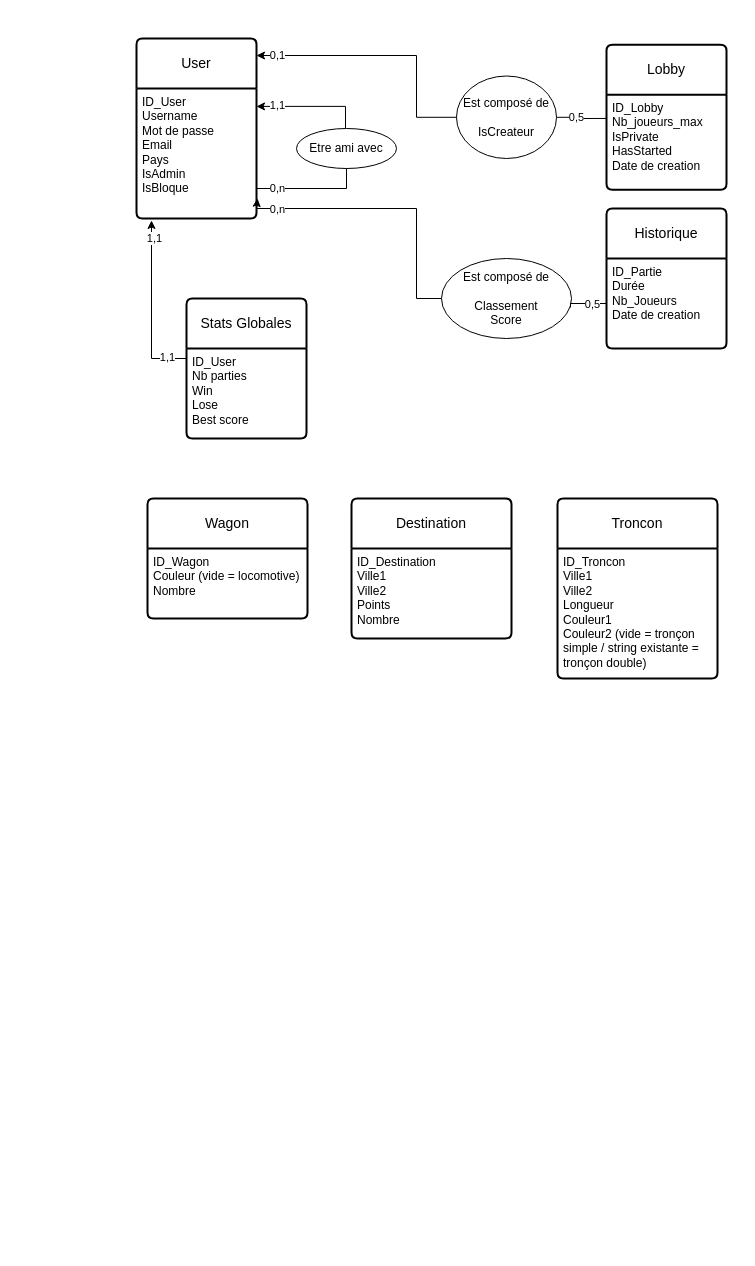
This is MCD.drawio from Marty059/CDAW, a draw.io file, before an edit. Source tidied: cells renumbered, new cells numbered last; positions are measured from the earlier drawing's top-left corner, leaving out a move shared by most shapes. Both pictures are drawn from the tidied source at 100%, with x=0, y=0 at pixel (136, 38).
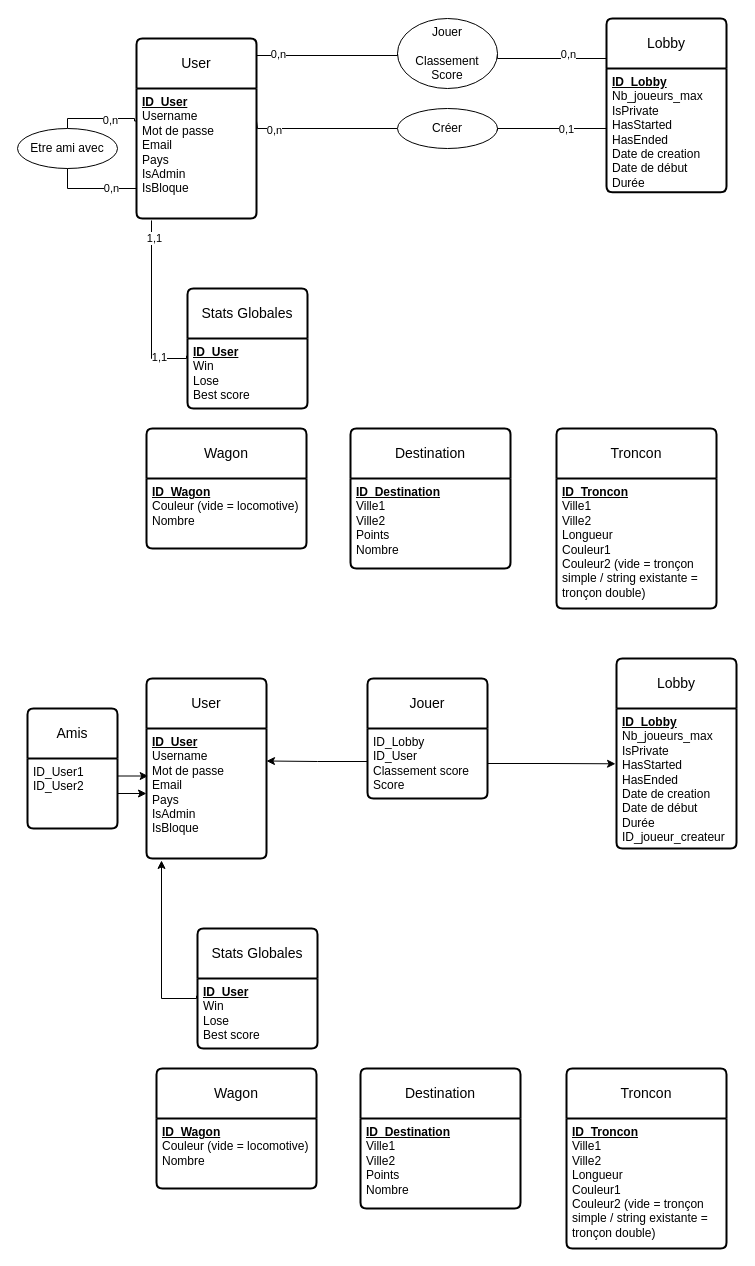
The same diagram, later.

Commit message:
Mettre à jour MCD.drawio

Unchanged cells that the change refers to:
```xml
<mxCell id="2" value="User" style="swimlane;horizontal=1;startSize=50;rounded=1;fontSize=14;fontStyle=0;strokeWidth=2;shadow=0;dashed=0;align=center;arcSize=4;whiteSpace=wrap;html=1;" parent="1" vertex="1">
  <mxGeometry width="120" height="180" as="geometry" />
</mxCell>
```

Diff of the diagram source:
```diff
@@
-    <mxCell id="3" value="ID_User&lt;br&gt;Username&lt;br&gt;Mot de passe&lt;br&gt;Email&lt;br&gt;Pays&lt;br&gt;IsAdmin&lt;br&gt;IsBloque" style="align=left;strokeColor=none;fillColor=none;spacingLeft=4;fontSize=12;verticalAlign=top;html=1;" parent="2" vertex="1">
+    <mxCell id="3" value="&lt;b&gt;&lt;u&gt;ID_User&lt;/u&gt;&lt;/b&gt;&lt;br&gt;Username&lt;br&gt;Mot de passe&lt;br&gt;Email&lt;br&gt;Pays&lt;br&gt;IsAdmin&lt;br&gt;IsBloque" style="align=left;strokeColor=none;fillColor=none;spacingLeft=4;fontSize=12;verticalAlign=top;html=1;" parent="2" vertex="1">
       <mxGeometry y="50" width="120" height="130" as="geometry" />
     </mxCell>
-    <mxCell id="4" style="edgeStyle=orthogonalEdgeStyle;rounded=0;orthogonalLoop=1;jettySize=auto;html=1;exitX=0.5;exitY=0;exitDx=0;exitDy=0;entryX=1.008;entryY=0.138;entryDx=0;entryDy=0;entryPerimeter=0;" parent="1" edge="1">
+    <mxCell id="4" style="edgeStyle=orthogonalEdgeStyle;rounded=0;jettySize=auto;html=1;exitX=0.5;exitY=0;exitDx=0;exitDy=0;entryX=0;entryY=0.25;entryDx=0;entryDy=0;endArrow=none;endFill=0;" parent="1" edge="1" source="6" target="3">
       <mxGeometry relative="1" as="geometry">
-        <mxPoint x="209" y="90" as="sourcePoint" />
-        <mxPoint x="120" y="67.9" as="targetPoint" />
         <Array as="points">
-          <mxPoint x="209" y="68" />
+          <mxPoint x="-69" y="80" />
+          <mxPoint x="-2" y="80" />
+          <mxPoint x="-2" y="83" />
         </Array>
       </mxGeometry>
     </mxCell>
-    <mxCell id="5" value="1,1" style="edgeLabel;html=1;align=center;verticalAlign=middle;" parent="4" vertex="1">
-      <mxGeometry x="0.87" y="-1" relative="1" as="geometry">
-        <mxPoint x="13" as="offset" />
-      </mxGeometry>
-    </mxCell>
+    <mxCell id="34" value="0,n" style="edgeLabel;html=1;align=center;verticalAlign=middle;" parent="4" vertex="1">
+      <mxGeometry x="0.63" y="-1" relative="1" as="geometry">
+        <mxPoint x="-14" as="offset" />
+      </mxGeometry>
+    </mxCell>
     <mxCell id="6" value="Etre ami avec" style="ellipse;whiteSpace=wrap;html=1;align=center;" parent="1" vertex="1">
-      <mxGeometry x="160" y="90" width="100" height="40" as="geometry" />
+      <mxGeometry x="-119" y="90" width="100" height="40" as="geometry" />
     </mxCell>
     <mxCell id="7" value="Lobby" style="swimlane;horizontal=1;startSize=50;rounded=1;fontSize=14;fontStyle=0;strokeWidth=2;shadow=0;dashed=0;align=center;arcSize=4;whiteSpace=wrap;html=1;" parent="1" vertex="1">
-      <mxGeometry x="470" y="6.2" width="120" height="145" as="geometry" />
+      <mxGeometry x="470" y="-20" width="120" height="173.8" as="geometry" />
     </mxCell>
-    <mxCell id="8" value="ID_Lobby&lt;br&gt;Nb_joueurs_max&lt;br&gt;IsPrivate&lt;br&gt;HasStarted&lt;br&gt;Date de creation" style="align=left;strokeColor=none;fillColor=none;spacingLeft=4;fontSize=12;verticalAlign=top;html=1;" parent="7" vertex="1">
-      <mxGeometry y="50" width="120" height="95" as="geometry" />
+    <mxCell id="8" value="&lt;b&gt;&lt;u&gt;ID_Lobby&lt;/u&gt;&lt;/b&gt;&lt;br&gt;Nb_joueurs_max&lt;br&gt;IsPrivate&lt;br&gt;HasStarted&lt;br&gt;HasEnded&lt;br&gt;Date de creation&lt;br&gt;Date de début&lt;br&gt;Durée" style="align=left;strokeColor=none;fillColor=none;spacingLeft=4;fontSize=12;verticalAlign=top;html=1;" parent="7" vertex="1">
+      <mxGeometry y="50" width="120" height="123.8" as="geometry" />
     </mxCell>
     <mxCell id="9" value="Stats Globales" style="swimlane;horizontal=1;startSize=50;rounded=1;fontSize=14;fontStyle=0;strokeWidth=2;shadow=0;dashed=0;align=center;arcSize=4;whiteSpace=wrap;html=1;" parent="1" vertex="1">
-      <mxGeometry x="50" y="260" width="120" height="140" as="geometry" />
+      <mxGeometry x="51" y="250" width="120" height="120" as="geometry" />
     </mxCell>
-    <mxCell id="10" value="ID_User&lt;br&gt;Nb parties&lt;br&gt;Win&lt;br&gt;Lose&lt;br&gt;Best score" style="align=left;strokeColor=none;fillColor=none;spacingLeft=4;fontSize=12;verticalAlign=top;html=1;" parent="9" vertex="1">
-      <mxGeometry y="50" width="120" height="90" as="geometry" />
+    <mxCell id="10" value="&lt;b&gt;&lt;u&gt;ID_User&lt;br&gt;&lt;/u&gt;&lt;/b&gt;Win&lt;br&gt;Lose&lt;br&gt;Best score" style="align=left;strokeColor=none;fillColor=none;spacingLeft=4;fontSize=12;verticalAlign=top;html=1;" parent="9" vertex="1">
+      <mxGeometry y="50" width="120" height="70" as="geometry" />
     </mxCell>
-    <mxCell id="11" value="Historique" style="swimlane;horizontal=1;startSize=50;rounded=1;fontSize=14;fontStyle=0;strokeWidth=2;shadow=0;dashed=0;align=center;arcSize=4;whiteSpace=wrap;html=1;" parent="1" vertex="1">
-      <mxGeometry x="470" y="170" width="120" height="140" as="geometry" />
-    </mxCell>
-    <mxCell id="12" value="ID_Partie&lt;br&gt;Durée&lt;br&gt;Nb_Joueurs&lt;br&gt;Date de creation" style="align=left;strokeColor=none;fillColor=none;spacingLeft=4;fontSize=12;verticalAlign=top;html=1;" parent="11" vertex="1">
-      <mxGeometry y="50" width="120" height="90" as="geometry" />
-    </mxCell>
-    <mxCell id="13" value="Est composé de&lt;br&gt;&lt;br&gt;Classement&lt;br&gt;Score" style="ellipse;whiteSpace=wrap;html=1;align=center;" parent="1" vertex="1">
-      <mxGeometry x="305" y="220" width="130" height="80" as="geometry" />
-    </mxCell>
-    <mxCell id="14" style="edgeStyle=orthogonalEdgeStyle;rounded=0;jettySize=auto;html=1;exitX=1;exitY=0.75;exitDx=0;exitDy=0;entryX=0.5;entryY=1;entryDx=0;entryDy=0;endArrow=none;endFill=0;" parent="1" edge="1" source="3" target="6">
+    <mxCell id="14" style="edgeStyle=orthogonalEdgeStyle;rounded=0;jettySize=auto;html=1;exitX=0;exitY=0.75;exitDx=0;exitDy=0;entryX=0.5;entryY=1;entryDx=0;entryDy=0;endArrow=none;endFill=0;" parent="1" edge="1" source="3" target="6">
       <mxGeometry relative="1" as="geometry">
         <Array as="points">
-          <mxPoint x="120" y="150" />
-          <mxPoint x="210" y="150" />
+          <mxPoint y="150" />
+          <mxPoint x="-69" y="150" />
         </Array>
       </mxGeometry>
     </mxCell>
-    <mxCell id="15" value="0,n" style="edgeLabel;html=1;align=center;verticalAlign=middle;" parent="14" vertex="1">
-      <mxGeometry x="-0.97" y="-2" relative="1" as="geometry">
-        <mxPoint x="22" as="offset" />
-      </mxGeometry>
-    </mxCell>
+    <mxCell id="35" value="0,n" style="edgeLabel;html=1;align=center;verticalAlign=middle;" parent="14" vertex="1">
+      <mxGeometry x="-0.39" y="-1" relative="1" as="geometry" />
+    </mxCell>
-    <mxCell id="16" style="edgeStyle=orthogonalEdgeStyle;rounded=0;jettySize=auto;html=1;entryX=0;entryY=0.25;entryDx=0;entryDy=0;endArrow=none;endFill=0;" parent="1" edge="1" source="18" target="8">
-      <mxGeometry relative="1" as="geometry" />
+    <mxCell id="16" style="edgeStyle=orthogonalEdgeStyle;rounded=0;jettySize=auto;html=1;entryX=0;entryY=0.25;entryDx=0;entryDy=0;endArrow=none;endFill=0;exitX=1;exitY=0.5;exitDx=0;exitDy=0;" parent="1" edge="1" source="18">
+      <mxGeometry relative="1" as="geometry">
+        <mxPoint x="470" y="65.9" as="targetPoint" />
+        <Array as="points">
+          <mxPoint x="361" y="20" />
+          <mxPoint x="470" y="20" />
+        </Array>
+      </mxGeometry>
     </mxCell>
-    <mxCell id="17" value="0,5" style="edgeLabel;html=1;align=center;verticalAlign=middle;" parent="16" vertex="1">
+    <mxCell id="17" value="0,n" style="edgeLabel;html=1;align=center;verticalAlign=middle;" parent="16" vertex="1">
       <mxGeometry x="0.18" y="4" relative="1" as="geometry">
-        <mxPoint x="-9" y="3" as="offset" />
+        <mxPoint x="-19" y="-1" as="offset" />
       </mxGeometry>
     </mxCell>
-    <mxCell id="18" value="Est composé de&lt;br&gt;&lt;br&gt;IsCreateur" style="ellipse;whiteSpace=wrap;html=1;align=center;" parent="1" vertex="1">
-      <mxGeometry x="320" y="37.5" width="100" height="82.5" as="geometry" />
+    <mxCell id="18" value="Jouer&lt;br&gt;&lt;br&gt;Classement&lt;br&gt;Score" style="ellipse;whiteSpace=wrap;html=1;align=center;" parent="1" vertex="1">
+      <mxGeometry x="261" y="-20" width="100" height="70" as="geometry" />
     </mxCell>
-    <mxCell id="19" style="edgeStyle=orthogonalEdgeStyle;rounded=0;jettySize=auto;html=1;exitX=0;exitY=0.25;exitDx=0;exitDy=0;entryX=0.125;entryY=1.015;entryDx=0;entryDy=0;entryPerimeter=0;" parent="1" edge="1" source="10" target="3">
+    <mxCell id="19" style="edgeStyle=orthogonalEdgeStyle;rounded=0;jettySize=auto;html=1;exitX=0;exitY=0.25;exitDx=0;exitDy=0;entryX=0.125;entryY=1.015;entryDx=0;entryDy=0;entryPerimeter=0;endArrow=none;endFill=0;" parent="1" edge="1" source="10" target="3">
       <mxGeometry relative="1" as="geometry">
         <Array as="points">
           <mxPoint x="50" y="320" />
           <mxPoint x="15" y="320" />
         </Array>
       </mxGeometry>
     </mxCell>
@@
     <mxCell id="22" value="Wagon" style="swimlane;horizontal=1;startSize=50;rounded=1;fontSize=14;fontStyle=0;strokeWidth=2;shadow=0;dashed=0;align=center;arcSize=4;whiteSpace=wrap;html=1;" parent="1" vertex="1">
-      <mxGeometry x="11" y="460" width="160" height="120" as="geometry" />
+      <mxGeometry x="10" y="390" width="160" height="120" as="geometry" />
     </mxCell>
-    <mxCell id="23" value="ID_Wagon&lt;br&gt;Couleur (vide = locomotive)&lt;br&gt;Nombre" style="align=left;strokeColor=none;fillColor=none;spacingLeft=4;fontSize=12;verticalAlign=top;html=1;" parent="22" vertex="1">
+    <mxCell id="23" value="&lt;b&gt;&lt;u&gt;ID_Wagon&lt;/u&gt;&lt;/b&gt;&lt;br&gt;Couleur (vide = locomotive)&lt;br&gt;Nombre" style="align=left;strokeColor=none;fillColor=none;spacingLeft=4;fontSize=12;verticalAlign=top;html=1;" parent="22" vertex="1">
       <mxGeometry y="50" width="160" height="70" as="geometry" />
     </mxCell>
     <mxCell id="24" value="Destination" style="swimlane;horizontal=1;startSize=50;rounded=1;fontSize=14;fontStyle=0;strokeWidth=2;shadow=0;dashed=0;align=center;arcSize=4;whiteSpace=wrap;html=1;" parent="1" vertex="1">
-      <mxGeometry x="215" y="460" width="160" height="140" as="geometry" />
+      <mxGeometry x="214" y="390" width="160" height="140" as="geometry" />
     </mxCell>
-    <mxCell id="25" value="ID_Destination&lt;br&gt;Ville1&lt;br&gt;Ville2&lt;br&gt;Points&lt;br&gt;Nombre" style="align=left;strokeColor=none;fillColor=none;spacingLeft=4;fontSize=12;verticalAlign=top;html=1;" parent="24" vertex="1">
+    <mxCell id="25" value="&lt;b&gt;&lt;u&gt;ID_Destination&lt;/u&gt;&lt;/b&gt;&lt;br&gt;Ville1&lt;br&gt;Ville2&lt;br&gt;Points&lt;br&gt;Nombre" style="align=left;strokeColor=none;fillColor=none;spacingLeft=4;fontSize=12;verticalAlign=top;html=1;" parent="24" vertex="1">
       <mxGeometry y="50" width="160" height="90" as="geometry" />
     </mxCell>
     <mxCell id="26" value="Troncon" style="swimlane;horizontal=1;startSize=50;rounded=1;fontSize=14;fontStyle=0;strokeWidth=2;shadow=0;dashed=0;align=center;arcSize=4;whiteSpace=wrap;html=1;" parent="1" vertex="1">
-      <mxGeometry x="421" y="460" width="160" height="180" as="geometry" />
+      <mxGeometry x="420" y="390" width="160" height="180" as="geometry" />
     </mxCell>
-    <mxCell id="27" value="ID_Troncon&lt;br&gt;Ville1&lt;br&gt;Ville2&lt;br&gt;Longueur&lt;br&gt;Couleur1&lt;br&gt;Couleur2 (vide = tronçon&lt;br&gt;simple / string existante =&amp;nbsp;&lt;br&gt;tronçon double)" style="align=left;strokeColor=none;fillColor=none;spacingLeft=4;fontSize=12;verticalAlign=top;html=1;" parent="26" vertex="1">
+    <mxCell id="27" value="&lt;b&gt;&lt;u&gt;ID_Troncon&lt;/u&gt;&lt;/b&gt;&lt;br&gt;Ville1&lt;br&gt;Ville2&lt;br&gt;Longueur&lt;br&gt;Couleur1&lt;br&gt;Couleur2 (vide = tronçon&lt;br&gt;simple / string existante =&amp;nbsp;&lt;br&gt;tronçon double)" style="align=left;strokeColor=none;fillColor=none;spacingLeft=4;fontSize=12;verticalAlign=top;html=1;" parent="26" vertex="1">
       <mxGeometry y="50" width="160" height="130" as="geometry" />
     </mxCell>
-    <mxCell id="28" style="edgeStyle=orthogonalEdgeStyle;rounded=0;jettySize=auto;html=1;entryX=1.008;entryY=0.846;entryDx=0;entryDy=0;entryPerimeter=0;" parent="1" edge="1" source="13" target="3">
-      <mxGeometry relative="1" as="geometry">
-        <Array as="points">
-          <mxPoint x="280" y="260" />
-          <mxPoint x="280" y="170" />
-          <mxPoint x="120" y="170" />
-        </Array>
-      </mxGeometry>
-    </mxCell>
-    <mxCell id="29" value="0,n" style="edgeLabel;html=1;align=center;verticalAlign=middle;" parent="28" vertex="1">
-      <mxGeometry x="0.76" y="1" relative="1" as="geometry">
-        <mxPoint x="-4" y="-1" as="offset" />
-      </mxGeometry>
-    </mxCell>
-    <mxCell id="30" style="edgeStyle=orthogonalEdgeStyle;rounded=0;jettySize=auto;html=1;" parent="1" edge="1" source="18" target="2">
+    <mxCell id="30" style="edgeStyle=orthogonalEdgeStyle;rounded=0;jettySize=auto;html=1;exitX=0;exitY=0.5;exitDx=0;exitDy=0;endArrow=none;endFill=0;" parent="1" edge="1" source="18" target="2">
       <mxGeometry relative="1" as="geometry">
         <Array as="points">
-          <mxPoint x="280" y="79" />
-          <mxPoint x="280" y="17" />
+          <mxPoint x="261" y="17" />
         </Array>
       </mxGeometry>
     </mxCell>
-    <mxCell id="31" value="0,1" style="edgeLabel;html=1;align=center;verticalAlign=middle;" parent="30" vertex="1">
-      <mxGeometry x="0.84" y="-1" relative="1" as="geometry" />
+    <mxCell id="31" value="0,n" style="edgeLabel;html=1;align=center;verticalAlign=middle;" parent="30" vertex="1">
+      <mxGeometry x="0.84" y="-1" relative="1" as="geometry">
+        <mxPoint x="10" y="-1" as="offset" />
+      </mxGeometry>
     </mxCell>
-    <mxCell id="32" style="edgeStyle=orthogonalEdgeStyle;rounded=0;jettySize=auto;html=1;exitX=0;exitY=0.5;exitDx=0;exitDy=0;entryX=0.992;entryY=0.613;entryDx=0;entryDy=0;entryPerimeter=0;endArrow=none;endFill=0;" parent="1" edge="1" source="12" target="13">
-      <mxGeometry relative="1" as="geometry" />
-    </mxCell>
-    <mxCell id="33" value="0,5" style="edgeLabel;html=1;align=center;verticalAlign=middle;" parent="32" vertex="1">
-      <mxGeometry x="-0.25" relative="1" as="geometry" />
-    </mxCell>
+    <mxCell id="36" style="edgeStyle=orthogonalEdgeStyle;rounded=0;jettySize=auto;html=1;exitX=0;exitY=0.5;exitDx=0;exitDy=0;entryX=1;entryY=0.25;entryDx=0;entryDy=0;endArrow=none;endFill=0;" parent="1" edge="1" source="38" target="3">
+      <mxGeometry relative="1" as="geometry">
+        <Array as="points">
+          <mxPoint x="121" y="90" />
+        </Array>
+      </mxGeometry>
+    </mxCell>
+    <mxCell id="37" value="0,n" style="edgeLabel;html=1;align=center;verticalAlign=middle;" parent="36" vertex="1">
+      <mxGeometry x="0.68" y="1" relative="1" as="geometry" />
+    </mxCell>
+    <mxCell id="38" value="Créer" style="ellipse;whiteSpace=wrap;html=1;align=center;" parent="1" vertex="1">
+      <mxGeometry x="261" y="70" width="100" height="40" as="geometry" />
+    </mxCell>
+    <mxCell id="39" style="edgeStyle=orthogonalEdgeStyle;rounded=0;orthogonalLoop=1;jettySize=auto;html=1;exitX=0;exitY=0.75;exitDx=0;exitDy=0;endArrow=none;endFill=0;" parent="1" edge="1">
+      <mxGeometry relative="1" as="geometry">
+        <mxPoint x="470" y="92.1" as="sourcePoint" />
+        <mxPoint x="361" y="92" as="targetPoint" />
+        <Array as="points">
+          <mxPoint x="470" y="90" />
+        </Array>
+      </mxGeometry>
+    </mxCell>
+    <mxCell id="40" value="0,1" style="edgeLabel;html=1;align=center;verticalAlign=middle;" parent="39" vertex="1">
+      <mxGeometry x="-0.24" relative="1" as="geometry" />
+    </mxCell>
+    <mxCell id="41" value="User" style="swimlane;horizontal=1;startSize=50;rounded=1;fontSize=14;fontStyle=0;strokeWidth=2;shadow=0;dashed=0;align=center;arcSize=4;whiteSpace=wrap;html=1;" parent="1" vertex="1">
+      <mxGeometry x="10" y="640" width="120" height="180" as="geometry" />
+    </mxCell>
+    <mxCell id="42" value="&lt;b&gt;&lt;u&gt;ID_User&lt;/u&gt;&lt;/b&gt;&lt;br&gt;Username&lt;br&gt;Mot de passe&lt;br&gt;Email&lt;br&gt;Pays&lt;br&gt;IsAdmin&lt;br&gt;IsBloque" style="align=left;strokeColor=none;fillColor=none;spacingLeft=4;fontSize=12;verticalAlign=top;html=1;" parent="41" vertex="1">
+      <mxGeometry y="50" width="120" height="130" as="geometry" />
+    </mxCell>
+    <mxCell id="43" value="Lobby" style="swimlane;horizontal=1;startSize=50;rounded=1;fontSize=14;fontStyle=0;strokeWidth=2;shadow=0;dashed=0;align=center;arcSize=4;whiteSpace=wrap;html=1;" parent="1" vertex="1">
+      <mxGeometry x="480" y="620" width="120" height="190" as="geometry" />
+    </mxCell>
+    <mxCell id="44" value="&lt;b&gt;&lt;u&gt;ID_Lobby&lt;/u&gt;&lt;/b&gt;&lt;br&gt;Nb_joueurs_max&lt;br&gt;IsPrivate&lt;br&gt;HasStarted&lt;br&gt;HasEnded&lt;br&gt;Date de creation&lt;br&gt;Date de début&lt;br&gt;Durée&lt;div&gt;ID_joueur_createur&lt;/div&gt;" style="align=left;strokeColor=none;fillColor=none;spacingLeft=4;fontSize=12;verticalAlign=top;html=1;" parent="43" vertex="1">
+      <mxGeometry y="50" width="120" height="140" as="geometry" />
+    </mxCell>
+    <mxCell id="45" value="Stats Globales" style="swimlane;horizontal=1;startSize=50;rounded=1;fontSize=14;fontStyle=0;strokeWidth=2;shadow=0;dashed=0;align=center;arcSize=4;whiteSpace=wrap;html=1;" parent="1" vertex="1">
+      <mxGeometry x="61" y="890" width="120" height="120" as="geometry" />
+    </mxCell>
+    <mxCell id="46" value="&lt;b&gt;&lt;u&gt;ID_User&lt;br&gt;&lt;/u&gt;&lt;/b&gt;Win&lt;br&gt;Lose&lt;br&gt;Best score" style="align=left;strokeColor=none;fillColor=none;spacingLeft=4;fontSize=12;verticalAlign=top;html=1;" parent="45" vertex="1">
+      <mxGeometry y="50" width="120" height="70" as="geometry" />
+    </mxCell>
+    <mxCell id="47" style="edgeStyle=orthogonalEdgeStyle;rounded=0;jettySize=auto;html=1;exitX=0;exitY=0.25;exitDx=0;exitDy=0;entryX=0.125;entryY=1.015;entryDx=0;entryDy=0;entryPerimeter=0;" parent="1" edge="1" source="46" target="42">
+      <mxGeometry relative="1" as="geometry">
+        <Array as="points">
+          <mxPoint x="60" y="960" />
+          <mxPoint x="25" y="960" />
+        </Array>
+      </mxGeometry>
+    </mxCell>
+    <mxCell id="48" value="Wagon" style="swimlane;horizontal=1;startSize=50;rounded=1;fontSize=14;fontStyle=0;strokeWidth=2;shadow=0;dashed=0;align=center;arcSize=4;whiteSpace=wrap;html=1;" parent="1" vertex="1">
+      <mxGeometry x="20" y="1030" width="160" height="120" as="geometry" />
+    </mxCell>
+    <mxCell id="49" value="&lt;b&gt;&lt;u&gt;ID_Wagon&lt;/u&gt;&lt;/b&gt;&lt;br&gt;Couleur (vide = locomotive)&lt;br&gt;Nombre" style="align=left;strokeColor=none;fillColor=none;spacingLeft=4;fontSize=12;verticalAlign=top;html=1;" parent="48" vertex="1">
+      <mxGeometry y="50" width="160" height="70" as="geometry" />
+    </mxCell>
+    <mxCell id="50" value="Destination" style="swimlane;horizontal=1;startSize=50;rounded=1;fontSize=14;fontStyle=0;strokeWidth=2;shadow=0;dashed=0;align=center;arcSize=4;whiteSpace=wrap;html=1;" parent="1" vertex="1">
+      <mxGeometry x="224" y="1030" width="160" height="140" as="geometry" />
+    </mxCell>
+    <mxCell id="51" value="&lt;b&gt;&lt;u&gt;ID_Destination&lt;/u&gt;&lt;/b&gt;&lt;br&gt;Ville1&lt;br&gt;Ville2&lt;br&gt;Points&lt;br&gt;Nombre" style="align=left;strokeColor=none;fillColor=none;spacingLeft=4;fontSize=12;verticalAlign=top;html=1;" parent="50" vertex="1">
+      <mxGeometry y="50" width="160" height="90" as="geometry" />
+    </mxCell>
+    <mxCell id="52" value="Troncon" style="swimlane;horizontal=1;startSize=50;rounded=1;fontSize=14;fontStyle=0;strokeWidth=2;shadow=0;dashed=0;align=center;arcSize=4;whiteSpace=wrap;html=1;" parent="1" vertex="1">
+      <mxGeometry x="430" y="1030" width="160" height="180" as="geometry" />
+    </mxCell>
+    <mxCell id="53" value="&lt;b&gt;&lt;u&gt;ID_Troncon&lt;/u&gt;&lt;/b&gt;&lt;br&gt;Ville1&lt;br&gt;Ville2&lt;br&gt;Longueur&lt;br&gt;Couleur1&lt;br&gt;Couleur2 (vide = tronçon&lt;br&gt;simple / string existante =&amp;nbsp;&lt;br&gt;tronçon double)" style="align=left;strokeColor=none;fillColor=none;spacingLeft=4;fontSize=12;verticalAlign=top;html=1;" parent="52" vertex="1">
+      <mxGeometry y="50" width="160" height="130" as="geometry" />
+    </mxCell>
+    <mxCell id="54" value="Jouer" style="swimlane;horizontal=1;startSize=50;rounded=1;fontSize=14;fontStyle=0;strokeWidth=2;shadow=0;dashed=0;align=center;arcSize=4;whiteSpace=wrap;html=1;" parent="1" vertex="1">
+      <mxGeometry x="231" y="640" width="120" height="120" as="geometry" />
+    </mxCell>
+    <mxCell id="55" value="ID_Lobby&lt;br&gt;ID_User&lt;br&gt;Classement score&lt;br&gt;Score" style="align=left;strokeColor=none;fillColor=none;spacingLeft=4;fontSize=12;verticalAlign=top;html=1;" parent="54" vertex="1">
+      <mxGeometry y="50" width="120" height="70" as="geometry" />
+    </mxCell>
+    <mxCell id="56" value="Amis" style="swimlane;horizontal=1;startSize=50;rounded=1;fontSize=14;fontStyle=0;strokeWidth=2;shadow=0;dashed=0;align=center;arcSize=4;whiteSpace=wrap;html=1;" parent="1" vertex="1">
+      <mxGeometry x="-109" y="670" width="90" height="120" as="geometry" />
+    </mxCell>
+    <mxCell id="57" value="ID_User1&lt;br&gt;ID_User2" style="align=left;strokeColor=none;fillColor=none;spacingLeft=4;fontSize=12;verticalAlign=top;html=1;" parent="56" vertex="1">
+      <mxGeometry y="50" width="90" height="70" as="geometry" />
+    </mxCell>
+    <mxCell id="58" style="edgeStyle=orthogonalEdgeStyle;rounded=0;jettySize=auto;html=1;exitX=1;exitY=0.25;exitDx=0;exitDy=0;entryX=0.014;entryY=0.369;entryDx=0;entryDy=0;entryPerimeter=0;" parent="1" edge="1" source="57" target="42">
+      <mxGeometry relative="1" as="geometry" />
+    </mxCell>
+    <mxCell id="59" style="edgeStyle=orthogonalEdgeStyle;rounded=0;jettySize=auto;html=1;exitX=1;exitY=0.5;exitDx=0;exitDy=0;entryX=0;entryY=0.5;entryDx=0;entryDy=0;" parent="1" edge="1" source="57" target="42">
+      <mxGeometry relative="1" as="geometry" />
+    </mxCell>
+    <mxCell id="60" style="edgeStyle=orthogonalEdgeStyle;rounded=0;jettySize=auto;html=1;exitX=0;exitY=0.5;exitDx=0;exitDy=0;entryX=1;entryY=0.25;entryDx=0;entryDy=0;" parent="1" edge="1" source="55" target="42">
+      <mxGeometry relative="1" as="geometry">
+        <Array as="points">
+          <mxPoint x="231" y="723" />
+          <mxPoint x="181" y="723" />
+        </Array>
+      </mxGeometry>
+    </mxCell>
+    <mxCell id="61" style="edgeStyle=orthogonalEdgeStyle;rounded=0;jettySize=auto;html=1;exitX=1;exitY=0.5;exitDx=0;exitDy=0;entryX=-0.008;entryY=0.395;entryDx=0;entryDy=0;entryPerimeter=0;" parent="1" edge="1" source="55" target="44">
+      <mxGeometry relative="1" as="geometry" />
+    </mxCell>
```
